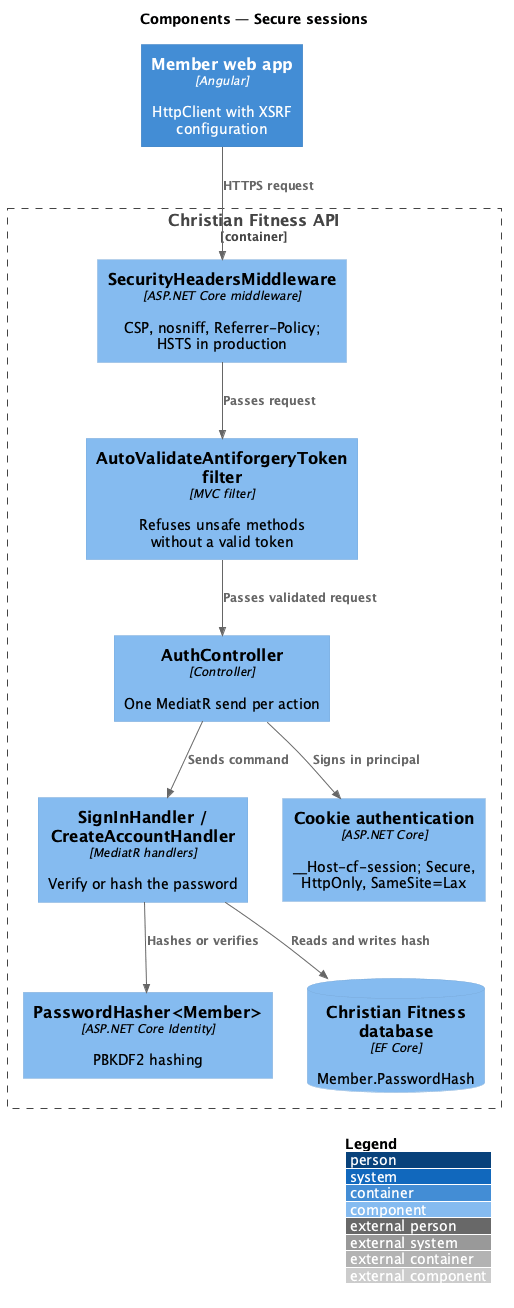
The PlantUML diagram docs/detailed-designs/security/secure-sessions/diagrams/c4-component.png in QuinntyneBrown/christian-fitness, before a commit.
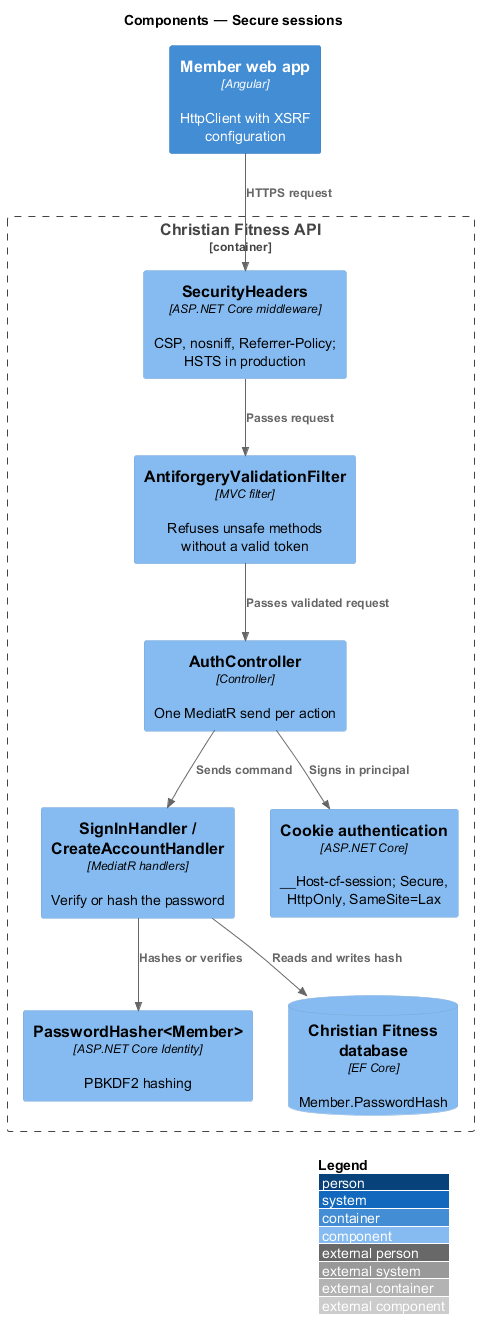
Later version of the same file.

What changed in the source:
```diff
@@ -5,8 +5,8 @@
 
 Container(web, "Member web app", "Angular", "HttpClient with XSRF configuration")
 Container_Boundary(api, "Christian Fitness API") {
-  Component(hdr, "SecurityHeadersMiddleware", "ASP.NET Core middleware", "CSP, nosniff, Referrer-Policy; HSTS in production")
-  Component(af, "AutoValidateAntiforgeryToken filter", "MVC filter", "Refuses unsafe methods without a valid token")
+  Component(hdr, "SecurityHeaders", "ASP.NET Core middleware", "CSP, nosniff, Referrer-Policy; HSTS in production")
+  Component(af, "AntiforgeryValidationFilter", "MVC filter", "Refuses unsafe methods without a valid token")
   Component(ctrl, "AuthController", "Controller", "One MediatR send per action")
   Component(h, "SignInHandler / CreateAccountHandler", "MediatR handlers", "Verify or hash the password")
   Component(hasher, "PasswordHasher<Member>", "ASP.NET Core Identity", "PBKDF2 hashing")
```
